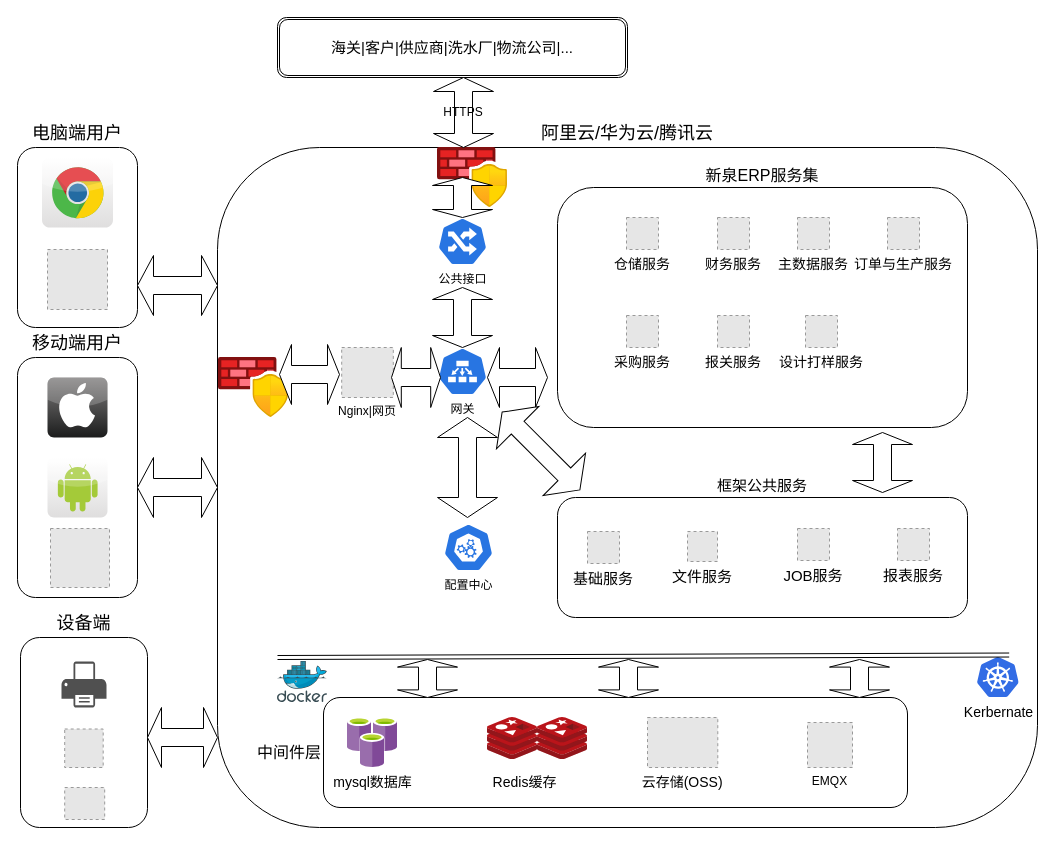
Above: page "Page-1" (1 of 2) of 未命名绘图.drawio in habibliu/learnt (draw.io), before the change. Source tidied: cells renumbered, new cells numbered last; positions are measured from the earlier drawing's top-left corner, leaving out a move shared by most shapes. Both pictures are drawn from the tidied source at 100%, with x=0, y=0 at pixel (17, 17). Pictures stored in the file or linked from it are replaced by grey dashed boxes.
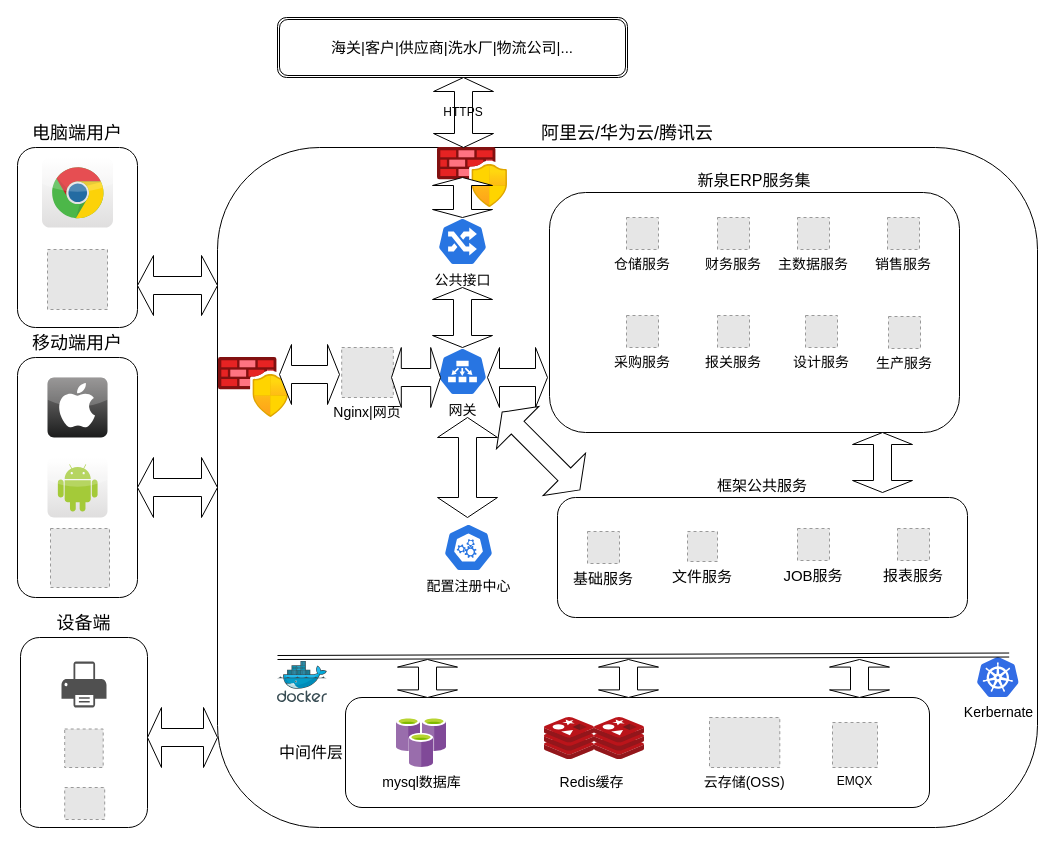
After the change.

Commit message:
更新未命名绘图.drawio

What changed in the source:
```diff
@@
     <mxCell id="5" value="中间件层" style="rounded=1;whiteSpace=wrap;html=1;labelPosition=left;verticalLabelPosition=middle;align=right;verticalAlign=middle;fontSize=16;" parent="1" vertex="1">
-      <mxGeometry x="306" y="680" width="584" height="110" as="geometry" />
+      <mxGeometry x="328" y="680" width="584" height="110" as="geometry" />
     </mxCell>
@@
     <mxCell id="9" style="image;sketch=0;html=1;align=center;fontSize=12;image=img/lib/mscae/Cache_Redis_Product.svg;" parent="1" vertex="1">
-      <mxGeometry x="470" y="700" width="50" height="42" as="geometry" />
+      <mxGeometry x="527" y="700" width="50" height="42" as="geometry" />
     </mxCell>
     <mxCell id="10" style="image;sketch=0;html=1;align=center;fontSize=12;image=img/lib/mscae/Cache_Redis_Product.svg;" parent="1" vertex="1">
-      <mxGeometry x="520" y="700" width="50" height="42" as="geometry" />
+      <mxGeometry x="577" y="700" width="50" height="42" as="geometry" />
     </mxCell>
@@
     <mxCell id="14" value="mysql数据库" style="image;sketch=0;html=1;align=center;fontSize=14;image=img/lib/mscae/Azure_Cache_for_Redis.svg;" parent="1" vertex="1">
-      <mxGeometry x="330" y="700" width="50" height="50" as="geometry" />
+      <mxGeometry x="379" y="700" width="50" height="50" as="geometry" />
     </mxCell>
     <mxCell id="15" value="云存储(OSS)" style="fillColor=#E6E6E6;strokeColor=#999999;dashed=1;verticalLabelPosition=bottom;labelBackgroundColor=default;verticalAlign=top;fontSize=14;" parent="1" vertex="1">
-      <mxGeometry x="630" y="700" width="70.3" height="50" as="geometry" />
+      <mxGeometry x="692" y="700" width="70.3" height="50" as="geometry" />
     </mxCell>
-    <mxCell id="16" value="配置中心" style="sketch=0;html=1;dashed=0;whitespace=wrap;verticalLabelPosition=bottom;verticalAlign=top;fillColor=#2875E2;strokeColor=#ffffff;shape=mxgraph.kubernetes.icon2;prIcon=c_c_m;" parent="1" vertex="1">
+    <mxCell id="16" value="配置注册中心" style="sketch=0;html=1;dashed=0;whitespace=wrap;verticalLabelPosition=bottom;verticalAlign=top;fillColor=#2875E2;strokeColor=#ffffff;shape=mxgraph.kubernetes.icon2;prIcon=c_c_m;fontSize=14;" parent="1" vertex="1">
       <mxGeometry x="426" y="506" width="50" height="48" as="geometry" />
     </mxCell>
-    <mxCell id="17" value="Nginx|网页" style="fillColor=#E6E6E6;strokeColor=#999999;dashed=1;verticalLabelPosition=bottom;labelBackgroundColor=default;verticalAlign=top;" parent="1" vertex="1">
+    <mxCell id="17" value="Nginx|网页" style="fillColor=#E6E6E6;strokeColor=#999999;dashed=1;verticalLabelPosition=bottom;labelBackgroundColor=default;verticalAlign=top;fontSize=14;" parent="1" vertex="1">
       <mxGeometry x="324.2" y="330" width="51.6" height="50" as="geometry" />
     </mxCell>
-    <mxCell id="18" value="网关" style="sketch=0;html=1;dashed=0;whitespace=wrap;verticalLabelPosition=bottom;verticalAlign=top;fillColor=#2875E2;strokeColor=#ffffff;shape=mxgraph.kubernetes.icon2;prIcon=ep;" parent="1" vertex="1">
+    <mxCell id="18" value="网关" style="sketch=0;html=1;dashed=0;whitespace=wrap;verticalLabelPosition=bottom;verticalAlign=top;fillColor=#2875E2;strokeColor=#ffffff;shape=mxgraph.kubernetes.icon2;prIcon=ep;fontSize=14;" parent="1" vertex="1">
       <mxGeometry x="420" y="330" width="50" height="48" as="geometry" />
     </mxCell>
-    <mxCell id="19" value="公共接口" style="sketch=0;html=1;dashed=0;whitespace=wrap;verticalLabelPosition=bottom;verticalAlign=top;fillColor=#2875E2;strokeColor=#ffffff;shape=mxgraph.kubernetes.icon2;prIcon=ing;" parent="1" vertex="1">
+    <mxCell id="19" value="公共接口" style="sketch=0;html=1;dashed=0;whitespace=wrap;verticalLabelPosition=bottom;verticalAlign=top;fillColor=#2875E2;strokeColor=#ffffff;shape=mxgraph.kubernetes.icon2;prIcon=ing;fontSize=14;" parent="1" vertex="1">
       <mxGeometry x="420" y="200" width="50" height="48" as="geometry" />
     </mxCell>
     <mxCell id="20" value="新泉ERP服务集" style="rounded=1;whiteSpace=wrap;html=1;fontSize=16;labelPosition=center;verticalLabelPosition=top;align=center;verticalAlign=bottom;" parent="1" vertex="1">
-      <mxGeometry x="540" y="170" width="410" height="240" as="geometry" />
+      <mxGeometry x="532" y="175" width="410" height="240" as="geometry" />
     </mxCell>
@@
-    <mxCell id="27" value="订单与生产服务" style="fillColor=#E6E6E6;strokeColor=#999999;dashed=1;verticalLabelPosition=bottom;labelBackgroundColor=default;verticalAlign=top;fontSize=14;" parent="1" vertex="1">
+    <mxCell id="27" value="销售服务" style="fillColor=#E6E6E6;strokeColor=#999999;dashed=1;verticalLabelPosition=bottom;labelBackgroundColor=default;verticalAlign=top;fontSize=14;" parent="1" vertex="1">
       <mxGeometry x="870" y="200" width="32" height="32" as="geometry" />
     </mxCell>
@@
-    <mxCell id="30" value="设计打样服务" style="fillColor=#E6E6E6;strokeColor=#999999;dashed=1;verticalLabelPosition=bottom;labelBackgroundColor=default;verticalAlign=top;fontSize=14;" parent="1" vertex="1">
+    <mxCell id="30" value="设计服务" style="fillColor=#E6E6E6;strokeColor=#999999;dashed=1;verticalLabelPosition=bottom;labelBackgroundColor=default;verticalAlign=top;fontSize=14;" parent="1" vertex="1">
       <mxGeometry x="788" y="298" width="32" height="32" as="geometry" />
     </mxCell>
     <mxCell id="31" value="Redis缓存" style="text;html=1;align=center;verticalAlign=middle;whiteSpace=wrap;rounded=0;fontSize=14;" parent="1" vertex="1">
-      <mxGeometry x="465" y="750" width="85" height="30" as="geometry" />
+      <mxGeometry x="532" y="750" width="85" height="30" as="geometry" />
     </mxCell>
     <mxCell id="32" value="EMQX" style="fillColor=#E6E6E6;strokeColor=#999999;dashed=1;verticalLabelPosition=bottom;labelBackgroundColor=default;verticalAlign=top;" parent="1" vertex="1">
-      <mxGeometry x="790" y="705" width="45" height="45" as="geometry" />
+      <mxGeometry x="815" y="705" width="45" height="45" as="geometry" />
     </mxCell>
@@
+    <mxCell id="59" value="生产服务" style="fillColor=#E6E6E6;strokeColor=#999999;dashed=1;verticalLabelPosition=bottom;labelBackgroundColor=default;verticalAlign=top;fontSize=14;" parent="1" vertex="1">
+      <mxGeometry x="871" y="299" width="32" height="32" as="geometry" />
+    </mxCell>
```
